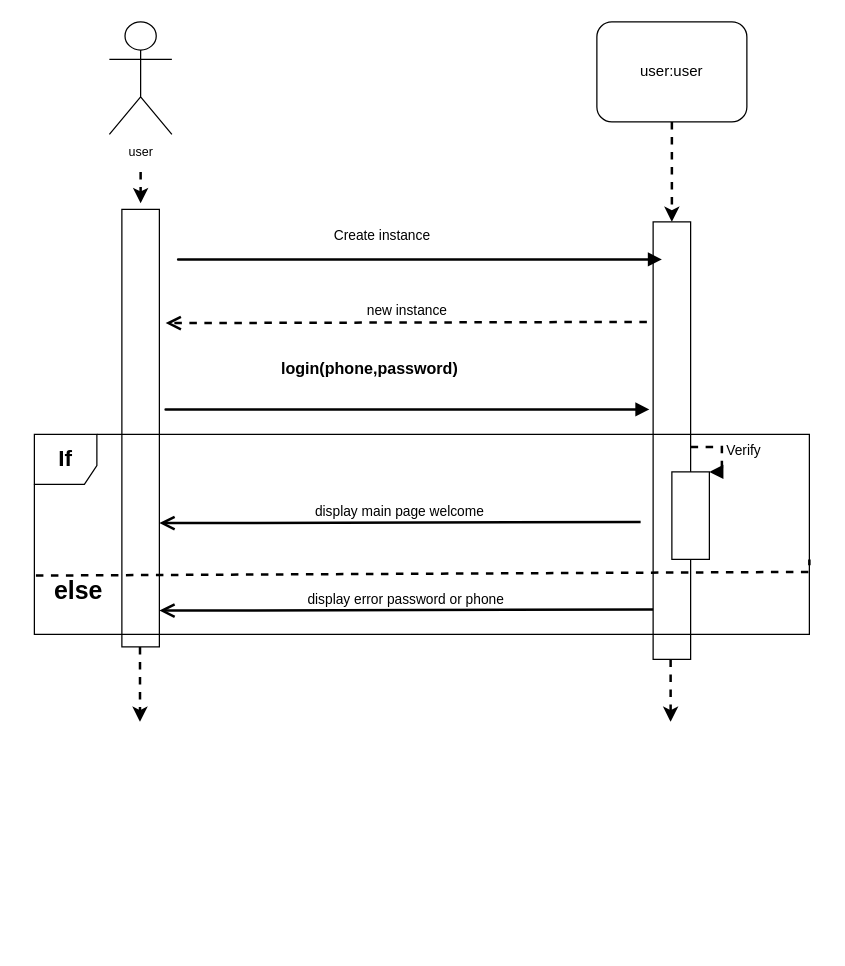
Above: diagrams/sequence digram/Login.drawio in m-alhoomaidi/Blood-Bank (draw.io), before the change. Source tidied: cells renumbered, new cells numbered last; positions are measured from the earlier drawing's top-left corner, leaving out a move shared by most shapes. Both pictures are drawn from the tidied source at 125%, with x=0, y=0 at pixel (21, 21).
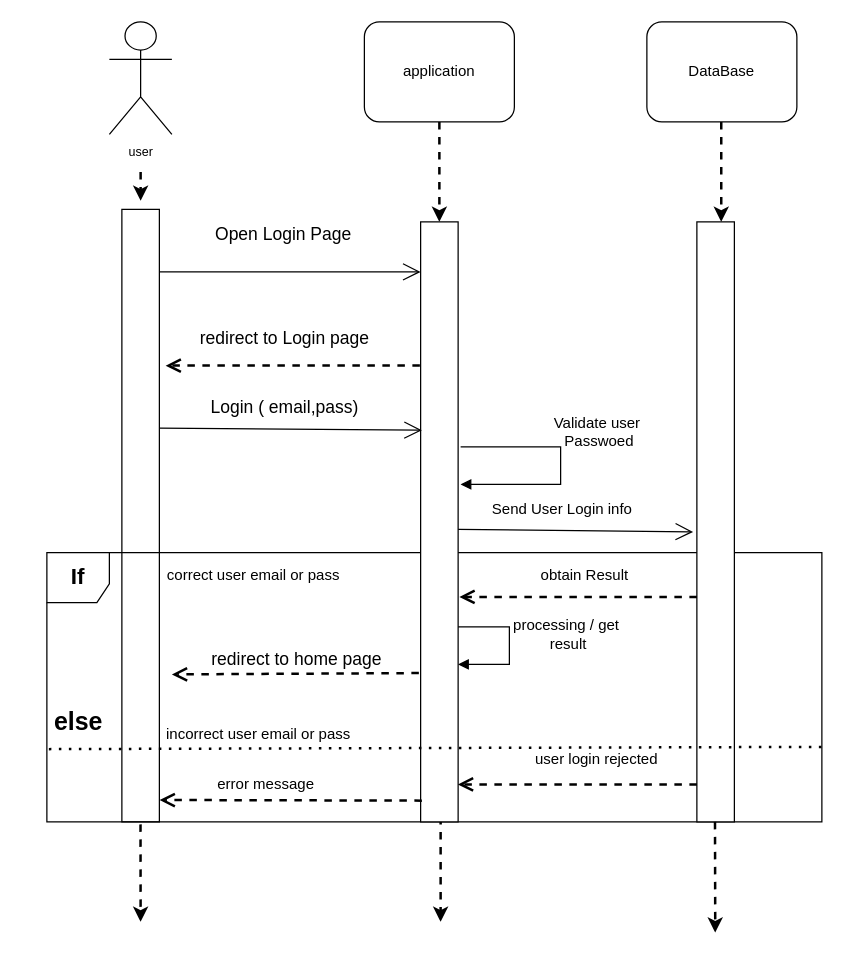
Above is the later version.

Diff of the diagram source:
```diff
@@
-    <mxCell id="4" value="user:user" style="shape=ext;rounded=1;html=1;whiteSpace=wrap;" parent="1" vertex="1">
-      <mxGeometry x="460" width="120" height="80" as="geometry" />
+    <mxCell id="4" value="application" style="shape=ext;rounded=1;html=1;whiteSpace=wrap;" parent="1" vertex="1">
+      <mxGeometry x="274" width="120" height="80" as="geometry" />
     </mxCell>
     <mxCell id="5" style="edgeStyle=none;rounded=0;orthogonalLoop=1;jettySize=auto;html=1;shadow=0;dashed=1;strokeWidth=2;" parent="1" edge="1">
       <mxGeometry relative="1" as="geometry">
-        <mxPoint x="94.5" y="200" as="sourcePoint" />
-        <mxPoint x="94.5" y="560" as="targetPoint" />
+        <mxPoint x="94.5" y="282" as="sourcePoint" />
+        <mxPoint x="95" y="720" as="targetPoint" />
       </mxGeometry>
     </mxCell>
-    <mxCell id="6" style="edgeStyle=none;rounded=0;jettySize=auto;html=1;shadow=0;dashed=1;strokeWidth=2;" parent="1" edge="1" source="9">
+    <mxCell id="6" style="edgeStyle=none;rounded=0;orthogonalLoop=1;jettySize=auto;html=1;shadow=0;dashed=1;strokeWidth=2;" parent="1" edge="1">
       <mxGeometry relative="1" as="geometry">
-        <mxPoint x="519" y="560" as="targetPoint" />
+        <mxPoint x="335" y="600" as="sourcePoint" />
+        <mxPoint x="335" y="720" as="targetPoint" />
       </mxGeometry>
     </mxCell>
     <mxCell id="7" style="html=1;points=[];perimeter=orthogonalPerimeter;" parent="1" vertex="1">
-      <mxGeometry x="80" y="150" width="30" height="350" as="geometry" />
+      <mxGeometry x="80" y="150" width="30" height="490" as="geometry" />
     </mxCell>
-    <mxCell id="8" value="&lt;h3&gt;login(phone,password)&lt;/h3&gt;" style="html=1;verticalAlign=bottom;endArrow=block;shadow=0;strokeWidth=2;" parent="1" edge="1">
-      <mxGeometry x="0.37" y="10" relative="1" as="geometry">
-        <mxPoint x="430" y="310" as="sourcePoint" />
-        <mxPoint x="502" y="310" as="targetPoint" />
-        <Array as="points">
-          <mxPoint x="110" y="310" />
-        </Array>
-      </mxGeometry>
-    </mxCell>
-    <mxCell id="9" style="html=1;points=[];perimeter=orthogonalPerimeter;" parent="1" vertex="1">
-      <mxGeometry x="505" y="160" width="30" height="350" as="geometry" />
-    </mxCell>
@@
-    <mxCell id="11" value="new instance" style="html=1;verticalAlign=bottom;endArrow=open;dashed=1;endSize=8;shadow=0;strokeWidth=2;entryX=1.167;entryY=0.26;entryDx=0;entryDy=0;entryPerimeter=0;" parent="1" edge="1" target="7">
-      <mxGeometry relative="1" as="geometry">
-        <mxPoint x="500" y="240" as="sourcePoint" />
+    <mxCell id="11" style="html=1;verticalAlign=bottom;endArrow=open;dashed=1;endSize=8;shadow=0;strokeWidth=2;entryX=1.167;entryY=0.26;entryDx=0;entryDy=0;entryPerimeter=0;exitX=-0.02;exitY=0.231;exitDx=0;exitDy=0;exitPerimeter=0;" parent="1" edge="1">
+      <mxGeometry x="-0.03" y="-19" relative="1" as="geometry">
+        <mxPoint x="318.4" y="274.9" as="sourcePoint" />
+        <mxPoint x="115" y="275" as="targetPoint" />
       </mxGeometry>
     </mxCell>
-    <mxCell id="12" value="Create instance" style="html=1;verticalAlign=bottom;endArrow=block;shadow=0;strokeWidth=2;" parent="1" edge="1">
-      <mxGeometry x="0.37" y="10" relative="1" as="geometry">
-        <mxPoint x="440" y="190" as="sourcePoint" />
-        <mxPoint x="512" y="190" as="targetPoint" />
-        <Array as="points">
-          <mxPoint x="120" y="190" />
-        </Array>
-      </mxGeometry>
-    </mxCell>
     <mxCell id="13" value="&lt;h2&gt;If&lt;/h2&gt;" style="shape=umlFrame;whiteSpace=wrap;html=1;width=50;height=40;" parent="1" vertex="1">
-      <mxGeometry x="10" y="330" width="620" height="160" as="geometry" />
+      <mxGeometry x="20" y="424.5" width="620" height="215.5" as="geometry" />
     </mxCell>
-    <mxCell id="14" value="display main page welcome" style="html=1;verticalAlign=bottom;endArrow=open;endSize=8;shadow=0;strokeWidth=2;entryX=1.167;entryY=0.26;entryDx=0;entryDy=0;entryPerimeter=0;" parent="1" edge="1">
-      <mxGeometry relative="1" as="geometry">
-        <mxPoint x="495" y="400" as="sourcePoint" />
-        <mxPoint x="110" y="401" as="targetPoint" />
-      </mxGeometry>
-    </mxCell>
-    <mxCell id="15" value="display error password or phone" style="html=1;verticalAlign=bottom;endArrow=open;endSize=8;shadow=0;strokeWidth=2;" parent="1" edge="1">
-      <mxGeometry relative="1" as="geometry">
-        <mxPoint x="505" y="470" as="sourcePoint" />
-        <mxPoint x="110" y="471" as="targetPoint" />
-      </mxGeometry>
-    </mxCell>
-    <mxCell id="16" style="endArrow=none;html=1;rounded=0;shadow=0;dashed=1;strokeWidth=2;exitX=0.002;exitY=0.706;exitDx=0;exitDy=0;exitPerimeter=0;entryX=1;entryY=0.625;entryDx=0;entryDy=0;entryPerimeter=0;" parent="1" edge="1" source="13" target="13">
-      <mxGeometry relative="1" as="geometry">
-        <Array as="points">
-          <mxPoint x="630" y="440" />
-        </Array>
-      </mxGeometry>
-    </mxCell>
-    <mxCell id="17" style="html=1;points=[];perimeter=orthogonalPerimeter;" parent="1" vertex="1">
-      <mxGeometry x="520" y="360" width="30" height="70" as="geometry" />
-    </mxCell>
-    <mxCell id="18" value="Verify" style="edgeStyle=orthogonalEdgeStyle;html=1;align=left;spacingLeft=2;endArrow=block;rounded=0;entryX=1;entryY=0;shadow=0;dashed=1;strokeWidth=2;" parent="1" edge="1" target="17">
-      <mxGeometry relative="1" as="geometry">
-        <mxPoint x="535" y="340" as="sourcePoint" />
-        <Array as="points">
-          <mxPoint x="560" y="340" />
-        </Array>
-      </mxGeometry>
-    </mxCell>
     <mxCell id="19" value="&lt;h5&gt;else&lt;/h5&gt;" style="text;strokeColor=none;fillColor=none;html=1;fontSize=24;fontStyle=1;verticalAlign=middle;align=center;" parent="1" vertex="1">
-      <mxGeometry y="440" width="90" height="30" as="geometry" />
+      <mxGeometry y="545" width="90" height="30" as="geometry" />
     </mxCell>
+    <mxCell id="9" style="html=1;points=[];perimeter=orthogonalPerimeter;" parent="1" vertex="1">
+      <mxGeometry x="319" y="160" width="30" height="480" as="geometry" />
+    </mxCell>
+    <mxCell id="20" style="html=1;perimeter=orthogonalPerimeter;" parent="1" vertex="1">
+      <mxGeometry x="540" y="160" width="30" height="480" as="geometry" />
+    </mxCell>
+    <mxCell id="21" value="DataBase" style="shape=ext;rounded=1;html=1;whiteSpace=wrap;" parent="1" vertex="1">
+      <mxGeometry x="500" width="120" height="80" as="geometry" />
+    </mxCell>
+    <mxCell id="22" style="edgeStyle=none;rounded=0;orthogonalLoop=1;jettySize=auto;html=1;shadow=0;dashed=1;strokeWidth=2;" parent="1" edge="1">
+      <mxGeometry relative="1" as="geometry">
+        <mxPoint x="559.5" y="80" as="sourcePoint" />
+        <mxPoint x="559.5" y="160" as="targetPoint" />
+      </mxGeometry>
+    </mxCell>
+    <mxCell id="23" style="endArrow=open;endFill=1;endSize=12;html=1;" parent="1" edge="1">
+      <mxGeometry relative="1" as="geometry">
+        <mxPoint x="349" y="406" as="sourcePoint" />
+        <mxPoint x="537" y="408" as="targetPoint" />
+      </mxGeometry>
+    </mxCell>
+    <mxCell id="24" style="endArrow=open;endFill=1;endSize=12;html=1;" parent="1" edge="1" target="9">
+      <mxGeometry relative="1" as="geometry">
+        <mxPoint x="110" y="200" as="sourcePoint" />
+      </mxGeometry>
+    </mxCell>
+    <mxCell id="25" value="&lt;font style=&quot;font-size: 14px&quot;&gt;Open Login Page&lt;/font&gt;" style="text;html=1;align=center;verticalAlign=middle;" parent="1" vertex="1">
+      <mxGeometry x="149" y="160" width="120" height="20" as="geometry" />
+    </mxCell>
+    <mxCell id="26" value="&lt;font style=&quot;font-size: 14px&quot;&gt;redirect to Login page&lt;/font&gt;" style="text;html=1;align=center;verticalAlign=middle;" parent="1" vertex="1">
+      <mxGeometry x="135" y="243" width="150" height="20" as="geometry" />
+    </mxCell>
+    <mxCell id="27" value="&lt;span style=&quot;font-size: 14px&quot;&gt;Login ( email,pass)&lt;/span&gt;" style="text;html=1;align=center;verticalAlign=middle;" parent="1" vertex="1">
+      <mxGeometry x="145" y="298" width="130" height="20" as="geometry" />
+    </mxCell>
+    <mxCell id="28" style="endArrow=open;endFill=1;endSize=12;html=1;entryX=0.033;entryY=0.462;entryDx=0;entryDy=0;entryPerimeter=0;" parent="1" edge="1">
+      <mxGeometry relative="1" as="geometry">
+        <mxPoint x="110" y="325" as="sourcePoint" />
+        <mxPoint x="320" y="326.7" as="targetPoint" />
+      </mxGeometry>
+    </mxCell>
+    <mxCell id="29" value="Send User Login info" style="text;html=1;align=center;verticalAlign=middle;" parent="1" vertex="1">
+      <mxGeometry x="367" y="380" width="130" height="20" as="geometry" />
+    </mxCell>
+    <mxCell id="30" value="Validate user&lt;br&gt;&amp;nbsp;Passwoed" style="text;html=1;align=center;verticalAlign=middle;" parent="1" vertex="1">
+      <mxGeometry x="420" y="313" width="80" height="30" as="geometry" />
+    </mxCell>
+    <mxCell id="31" style="edgeStyle=orthogonalEdgeStyle;html=1;align=left;spacingLeft=2;endArrow=block;rounded=0;" parent="1" edge="1">
+      <mxGeometry x="0.03" relative="1" as="geometry">
+        <mxPoint x="351" y="340" as="sourcePoint" />
+        <mxPoint x="351" y="370" as="targetPoint" />
+        <Array as="points">
+          <mxPoint x="431" y="340" />
+          <mxPoint x="431" y="370" />
+          <mxPoint x="351" y="370" />
+        </Array>
+      </mxGeometry>
+    </mxCell>
+    <mxCell id="32" style="edgeStyle=none;rounded=0;orthogonalLoop=1;jettySize=auto;html=1;shadow=0;dashed=1;strokeWidth=2;exitX=0.427;exitY=1.004;exitDx=0;exitDy=0;exitPerimeter=0;" parent="1" edge="1">
+      <mxGeometry relative="1" as="geometry">
+        <mxPoint x="554.5" y="640" as="sourcePoint" />
+        <mxPoint x="554.7" y="728.6" as="targetPoint" />
+      </mxGeometry>
+    </mxCell>
+    <mxCell id="33" value="&lt;span style=&quot;font-size: 14px&quot;&gt;redirect to home page&lt;/span&gt;" style="text;html=1;strokeColor=none;fillColor=none;align=left;verticalAlign=middle;whiteSpace=wrap;rounded=0;" parent="1" vertex="1">
+      <mxGeometry x="150" y="500" width="140" height="20" as="geometry" />
+    </mxCell>
+    <mxCell id="34" style="html=1;verticalAlign=bottom;endArrow=open;dashed=1;endSize=8;shadow=0;strokeWidth=2;exitX=-0.02;exitY=0.231;exitDx=0;exitDy=0;exitPerimeter=0;" parent="1" edge="1">
+      <mxGeometry x="-0.03" y="-19" relative="1" as="geometry">
+        <mxPoint x="540" y="460" as="sourcePoint" />
+        <mxPoint x="350" y="460" as="targetPoint" />
+      </mxGeometry>
+    </mxCell>
+    <mxCell id="35" style="edgeStyle=orthogonalEdgeStyle;html=1;align=left;spacingLeft=2;endArrow=block;rounded=0;" parent="1" edge="1">
+      <mxGeometry x="0.03" relative="1" as="geometry">
+        <mxPoint x="349" y="484" as="sourcePoint" />
+        <mxPoint x="349" y="514" as="targetPoint" />
+        <Array as="points">
+          <mxPoint x="390" y="484" />
+          <mxPoint x="390" y="514" />
+        </Array>
+      </mxGeometry>
+    </mxCell>
+    <mxCell id="36" value="obtain Result" style="text;html=1;strokeColor=none;fillColor=none;align=center;verticalAlign=middle;whiteSpace=wrap;rounded=0;" parent="1" vertex="1">
+      <mxGeometry x="387.5" y="433" width="125" height="20" as="geometry" />
+    </mxCell>
+    <mxCell id="37" value="user login rejected" style="text;html=1;strokeColor=none;fillColor=none;align=center;verticalAlign=middle;whiteSpace=wrap;rounded=0;" parent="1" vertex="1">
+      <mxGeometry x="400" y="580" width="120" height="20" as="geometry" />
+    </mxCell>
+    <mxCell id="38" style="html=1;verticalAlign=bottom;endArrow=open;dashed=1;endSize=8;shadow=0;strokeWidth=2;" parent="1" edge="1">
+      <mxGeometry x="-0.03" y="-19" relative="1" as="geometry">
+        <mxPoint x="540" y="610" as="sourcePoint" />
+        <mxPoint x="348.8" y="610" as="targetPoint" />
+      </mxGeometry>
+    </mxCell>
+    <mxCell id="39" style="endArrow=none;dashed=1;html=1;dashPattern=1 3;strokeWidth=2;entryX=1;entryY=0.765;entryDx=0;entryDy=0;entryPerimeter=0;exitX=0.129;exitY=-0.02;exitDx=0;exitDy=0;exitPerimeter=0;" parent="1" edge="1">
+      <mxGeometry relative="1" as="geometry">
+        <mxPoint x="21.6" y="581.8" as="sourcePoint" />
+        <mxPoint x="640" y="580" as="targetPoint" />
+      </mxGeometry>
+    </mxCell>
+    <mxCell id="40" value="incorrect user email or pass" style="text;html=1;align=center;verticalAlign=middle;" parent="1" vertex="1">
+      <mxGeometry x="109" y="560" width="160" height="20" as="geometry" />
+    </mxCell>
+    <mxCell id="41" value="correct user email or pass" style="text;html=1;align=center;verticalAlign=middle;" parent="1" vertex="1">
+      <mxGeometry x="110" y="433" width="150" height="20" as="geometry" />
+    </mxCell>
+    <mxCell id="42" style="html=1;verticalAlign=bottom;endArrow=open;dashed=1;endSize=8;shadow=0;strokeWidth=2;entryX=1;entryY=0.75;entryDx=0;entryDy=0;" parent="1" edge="1">
+      <mxGeometry x="-0.03" y="-19" relative="1" as="geometry">
+        <mxPoint x="320" y="623" as="sourcePoint" />
+        <mxPoint x="110.2" y="622.5" as="targetPoint" />
+      </mxGeometry>
+    </mxCell>
+    <mxCell id="43" value="error message" style="text;html=1;align=center;verticalAlign=middle;" parent="1" vertex="1">
+      <mxGeometry x="150" y="600" width="90" height="20" as="geometry" />
+    </mxCell>
+    <mxCell id="44" value="processing / get&amp;nbsp;&lt;br&gt;result" style="text;html=1;strokeColor=none;fillColor=none;align=center;verticalAlign=middle;whiteSpace=wrap;rounded=0;" parent="1" vertex="1">
+      <mxGeometry x="375" y="480" width="125" height="20" as="geometry" />
+    </mxCell>
+    <mxCell id="45" style="html=1;verticalAlign=bottom;endArrow=open;dashed=1;endSize=8;shadow=0;strokeWidth=2;exitX=-0.047;exitY=0.752;exitDx=0;exitDy=0;exitPerimeter=0;" parent="1" edge="1" source="9">
+      <mxGeometry x="-0.03" y="-19" relative="1" as="geometry">
+        <mxPoint x="120" y="522" as="targetPoint" />
+      </mxGeometry>
+    </mxCell>
```
